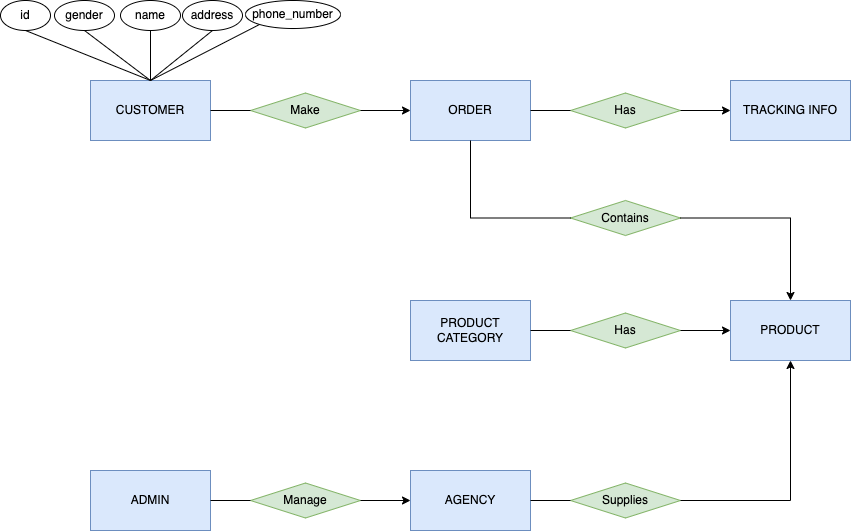
Above: system/system-design/eCommercial_ERD.png in ducxomme/coding-challenge-udt (draw.io), before the change. Source tidied: cells renumbered, new cells last; positions are measured from the earlier drawing's top-left corner, leaving out a move shared by most shapes.
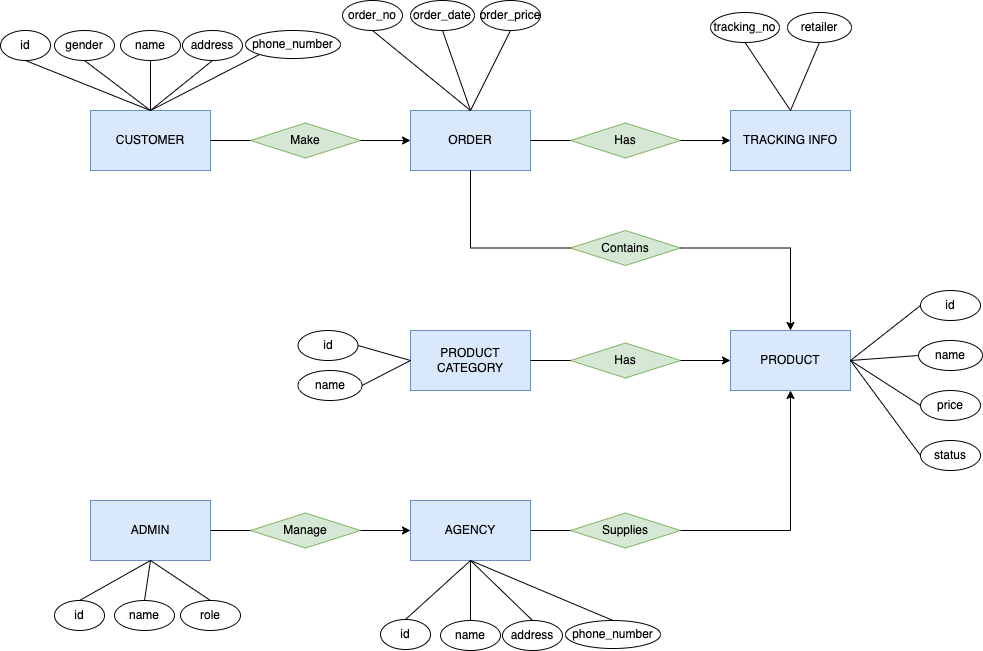
Above is the later version.

Commit message:
[update] ERD diagram DONE

Change to the diagram source:
```diff
@@ -2,11 +2,6 @@
   <root>
     <mxCell id="0" />
     <mxCell id="1" parent="0" />
-    <mxCell id="2" style="edgeStyle=entityRelationEdgeStyle;endArrow=ERzeroToMany;startArrow=ERone;endFill=1;startFill=0;" parent="1" edge="1" source="x">
-      <mxGeometry relative="1" as="geometry">
-        <mxPoint x="440" y="75" as="targetPoint" />
-      </mxGeometry>
-    </mxCell>
     <mxCell id="3" value="CUSTOMER" style="rounded=0;whiteSpace=wrap;html=1;fillColor=#dae8fc;strokeColor=#6c8ebf;" parent="1" vertex="1">
       <mxGeometry x="90" y="80" width="120" height="60" as="geometry" />
     </mxCell>
@@ -112,5 +107,113 @@
     <mxCell id="37" style="endArrow=classic;html=1;rounded=0;entryX=0;entryY=0.5;entryDx=0;entryDy=0;exitX=1;exitY=0.5;exitDx=0;exitDy=0;" parent="1" edge="1" source="35" target="4">
       <mxGeometry relative="1" as="geometry" />
     </mxCell>
+    <mxCell id="38" value="order_no" style="ellipse;whiteSpace=wrap;html=1;" parent="1" vertex="1">
+      <mxGeometry x="342" y="-30" width="60" height="30" as="geometry" />
+    </mxCell>
+    <mxCell id="39" value="order_price" style="ellipse;whiteSpace=wrap;html=1;" parent="1" vertex="1">
+      <mxGeometry x="480" y="-30" width="60" height="30" as="geometry" />
+    </mxCell>
+    <mxCell id="40" value="order_date" style="ellipse;whiteSpace=wrap;html=1;" parent="1" vertex="1">
+      <mxGeometry x="410" y="-30" width="64" height="30" as="geometry" />
+    </mxCell>
+    <mxCell id="41" style="endArrow=none;html=1;rounded=0;entryX=0.5;entryY=1;entryDx=0;entryDy=0;exitX=0.5;exitY=0;exitDx=0;exitDy=0;" parent="1" edge="1" source="6" target="39">
+      <mxGeometry relative="1" as="geometry" />
+    </mxCell>
+    <mxCell id="42" style="endArrow=none;html=1;rounded=0;entryX=0.5;entryY=1;entryDx=0;entryDy=0;exitX=0.5;exitY=0;exitDx=0;exitDy=0;" parent="1" edge="1" source="6" target="40">
+      <mxGeometry relative="1" as="geometry" />
+    </mxCell>
+    <mxCell id="43" style="endArrow=none;html=1;rounded=0;entryX=0.5;entryY=1;entryDx=0;entryDy=0;exitX=0.5;exitY=0;exitDx=0;exitDy=0;" parent="1" edge="1" source="6" target="38">
+      <mxGeometry relative="1" as="geometry" />
+    </mxCell>
+    <mxCell id="44" value="tracking_no" style="ellipse;whiteSpace=wrap;html=1;" parent="1" vertex="1">
+      <mxGeometry x="710" y="-18" width="69" height="30" as="geometry" />
+    </mxCell>
+    <mxCell id="45" value="retailer" style="ellipse;whiteSpace=wrap;html=1;" parent="1" vertex="1">
+      <mxGeometry x="787" y="-18" width="64" height="30" as="geometry" />
+    </mxCell>
+    <mxCell id="46" style="endArrow=none;html=1;rounded=0;entryX=0.5;entryY=1;entryDx=0;entryDy=0;exitX=0.5;exitY=0;exitDx=0;exitDy=0;" parent="1" edge="1" source="7" target="45">
+      <mxGeometry relative="1" as="geometry" />
+    </mxCell>
+    <mxCell id="47" style="endArrow=none;html=1;rounded=0;entryX=0.5;entryY=1;entryDx=0;entryDy=0;exitX=0.5;exitY=0;exitDx=0;exitDy=0;" parent="1" edge="1" source="7" target="44">
+      <mxGeometry relative="1" as="geometry" />
+    </mxCell>
+    <mxCell id="48" value="id" style="ellipse;whiteSpace=wrap;html=1;" parent="1" vertex="1">
+      <mxGeometry x="920" y="260" width="60" height="30" as="geometry" />
+    </mxCell>
+    <mxCell id="49" value="price" style="ellipse;whiteSpace=wrap;html=1;" parent="1" vertex="1">
+      <mxGeometry x="920" y="360" width="60" height="30" as="geometry" />
+    </mxCell>
+    <mxCell id="50" value="name" style="ellipse;whiteSpace=wrap;html=1;" parent="1" vertex="1">
+      <mxGeometry x="918" y="310" width="64" height="30" as="geometry" />
+    </mxCell>
+    <mxCell id="51" style="endArrow=none;html=1;rounded=0;entryX=0;entryY=0.5;entryDx=0;entryDy=0;exitX=1;exitY=0.5;exitDx=0;exitDy=0;" parent="1" edge="1" source="8" target="49">
+      <mxGeometry relative="1" as="geometry" />
+    </mxCell>
+    <mxCell id="52" style="endArrow=none;html=1;rounded=0;entryX=0;entryY=0.5;entryDx=0;entryDy=0;exitX=1;exitY=0.5;exitDx=0;exitDy=0;" parent="1" edge="1" source="8" target="50">
+      <mxGeometry relative="1" as="geometry" />
+    </mxCell>
+    <mxCell id="53" style="endArrow=none;html=1;rounded=0;entryX=0;entryY=0.5;entryDx=0;entryDy=0;exitX=1;exitY=0.5;exitDx=0;exitDy=0;" parent="1" edge="1" source="8" target="48">
+      <mxGeometry relative="1" as="geometry" />
+    </mxCell>
+    <mxCell id="54" value="status" style="ellipse;whiteSpace=wrap;html=1;" parent="1" vertex="1">
+      <mxGeometry x="920" y="410" width="60" height="30" as="geometry" />
+    </mxCell>
+    <mxCell id="55" style="endArrow=none;html=1;rounded=0;entryX=0;entryY=0.5;entryDx=0;entryDy=0;exitX=1;exitY=0.5;exitDx=0;exitDy=0;" parent="1" edge="1" source="8" target="54">
+      <mxGeometry relative="1" as="geometry" />
+    </mxCell>
+    <mxCell id="56" value="id" style="ellipse;whiteSpace=wrap;html=1;" parent="1" vertex="1">
+      <mxGeometry x="297.5" y="300" width="60" height="30" as="geometry" />
+    </mxCell>
+    <mxCell id="57" style="endArrow=none;html=1;rounded=0;entryX=0;entryY=0.5;entryDx=0;entryDy=0;exitX=1;exitY=0.5;exitDx=0;exitDy=0;" parent="1" edge="1" source="59" target="9">
+      <mxGeometry relative="1" as="geometry" />
+    </mxCell>
+    <mxCell id="58" style="endArrow=none;html=1;rounded=0;entryX=1;entryY=0.5;entryDx=0;entryDy=0;exitX=0;exitY=0.5;exitDx=0;exitDy=0;" parent="1" edge="1" source="9" target="56">
+      <mxGeometry relative="1" as="geometry" />
+    </mxCell>
+    <mxCell id="59" value="name" style="ellipse;whiteSpace=wrap;html=1;" parent="1" vertex="1">
+      <mxGeometry x="297.5" y="340" width="64" height="30" as="geometry" />
+    </mxCell>
+    <mxCell id="60" value="id" style="ellipse;whiteSpace=wrap;html=1;" parent="1" vertex="1">
+      <mxGeometry x="380" y="589" width="50" height="30" as="geometry" />
+    </mxCell>
+    <mxCell id="61" value="name" style="ellipse;whiteSpace=wrap;html=1;" parent="1" vertex="1">
+      <mxGeometry x="440" y="590" width="60" height="30" as="geometry" />
+    </mxCell>
+    <mxCell id="62" value="address" style="ellipse;whiteSpace=wrap;html=1;" parent="1" vertex="1">
+      <mxGeometry x="502" y="590" width="60" height="30" as="geometry" />
+    </mxCell>
+    <mxCell id="63" value="phone_number" style="ellipse;whiteSpace=wrap;html=1;" parent="1" vertex="1">
+      <mxGeometry x="565" y="590" width="95" height="28" as="geometry" />
+    </mxCell>
+    <mxCell id="64" style="endArrow=none;html=1;rounded=0;entryX=0.5;entryY=0;entryDx=0;entryDy=0;exitX=0.5;exitY=1;exitDx=0;exitDy=0;" parent="1" edge="1" source="4" target="62">
+      <mxGeometry relative="1" as="geometry" />
+    </mxCell>
+    <mxCell id="65" style="endArrow=none;html=1;rounded=0;exitX=0.5;exitY=1;exitDx=0;exitDy=0;entryX=0.5;entryY=0;entryDx=0;entryDy=0;" parent="1" edge="1" source="4" target="61">
+      <mxGeometry relative="1" as="geometry" />
+    </mxCell>
+    <mxCell id="66" style="endArrow=none;html=1;rounded=0;entryX=0.5;entryY=0;entryDx=0;entryDy=0;exitX=0.5;exitY=1;exitDx=0;exitDy=0;" parent="1" edge="1" source="4" target="60">
+      <mxGeometry relative="1" as="geometry" />
+    </mxCell>
+    <mxCell id="67" style="endArrow=none;html=1;rounded=0;exitX=0.5;exitY=1;exitDx=0;exitDy=0;entryX=0.5;entryY=0;entryDx=0;entryDy=0;" parent="1" edge="1" source="4" target="63">
+      <mxGeometry relative="1" as="geometry" />
+    </mxCell>
+    <mxCell id="68" value="id" style="ellipse;whiteSpace=wrap;html=1;" parent="1" vertex="1">
+      <mxGeometry x="54" y="570" width="50" height="30" as="geometry" />
+    </mxCell>
+    <mxCell id="69" value="name" style="ellipse;whiteSpace=wrap;html=1;" parent="1" vertex="1">
+      <mxGeometry x="114" y="570" width="60" height="30" as="geometry" />
+    </mxCell>
+    <mxCell id="70" value="role" style="ellipse;whiteSpace=wrap;html=1;" parent="1" vertex="1">
+      <mxGeometry x="180" y="570" width="60" height="30" as="geometry" />
+    </mxCell>
+    <mxCell id="71" style="endArrow=none;html=1;rounded=0;entryX=0.5;entryY=0;entryDx=0;entryDy=0;exitX=0.5;exitY=1;exitDx=0;exitDy=0;" parent="1" edge="1" source="5" target="70">
+      <mxGeometry relative="1" as="geometry" />
+    </mxCell>
+    <mxCell id="72" style="endArrow=none;html=1;rounded=0;exitX=0.5;exitY=1;exitDx=0;exitDy=0;entryX=0.5;entryY=0;entryDx=0;entryDy=0;" parent="1" edge="1" source="5" target="69">
+      <mxGeometry relative="1" as="geometry" />
+    </mxCell>
+    <mxCell id="73" style="endArrow=none;html=1;rounded=0;entryX=0.5;entryY=0;entryDx=0;entryDy=0;exitX=0.5;exitY=1;exitDx=0;exitDy=0;" parent="1" edge="1" source="5" target="68">
+      <mxGeometry relative="1" as="geometry" />
+    </mxCell>
   </root>
 </mxGraphModel>
```
